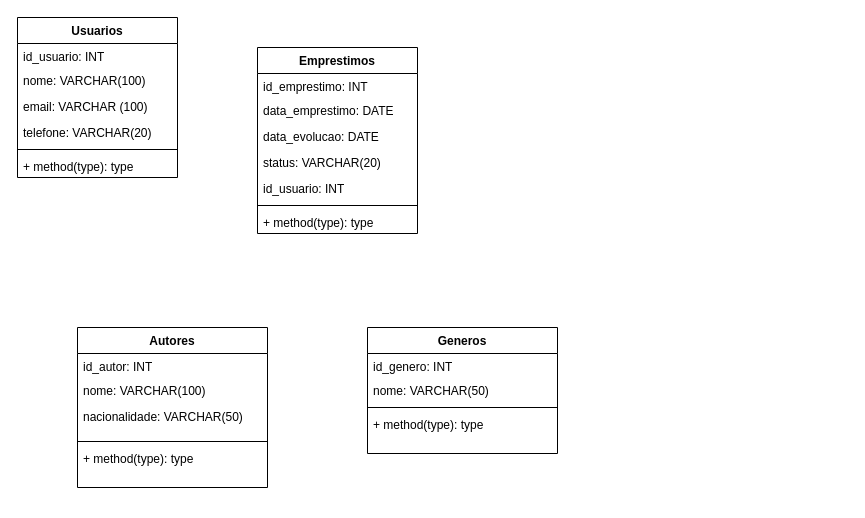
beatrizcairesdf-cloud/biblioteca_Lab keeps this draw.io diagram as biblioteca.drawio. Above is the earlier version. Source tidied: cells renumbered, new cells numbered last; positions are measured from the earlier drawing's top-left corner, leaving out a move shared by most shapes. Both pictures are drawn from the tidied source at 100%, with x=0, y=0 at pixel (17, 17).
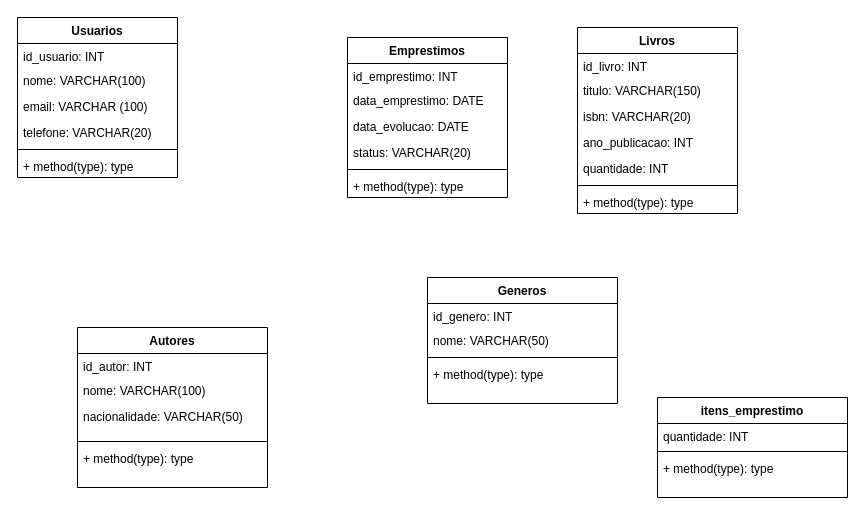
The same page after the edit.

What changed in the source:
```diff
@@
     <mxCell id="15" value="Generos" style="swimlane;fontStyle=1;align=center;verticalAlign=top;horizontal=1;startSize=26;whiteSpace=wrap;html=1;" parent="1" vertex="1">
-      <mxGeometry x="350" y="310" width="190" height="126" as="geometry" />
+      <mxGeometry x="410" y="260" width="190" height="126" as="geometry" />
     </mxCell>
@@
     <mxCell id="20" value="Emprestimos" style="swimlane;fontStyle=1;align=center;verticalAlign=top;horizontal=1;startSize=26;whiteSpace=wrap;html=1;" parent="1" vertex="1">
-      <mxGeometry x="240" y="30" width="160" height="186" as="geometry" />
+      <mxGeometry x="330" y="20" width="160" height="160" as="geometry" />
     </mxCell>
@@
-    <mxCell id="25" value="id_usuario: INT" style="text;strokeColor=none;fillColor=none;align=left;verticalAlign=top;spacingLeft=4;spacingRight=4;overflow=hidden;whiteSpace=wrap;html=1;" parent="20" vertex="1">
-      <mxGeometry y="128" width="160" height="26" as="geometry" />
-    </mxCell>
     <mxCell id="26" style="line;strokeWidth=1;fillColor=none;align=left;verticalAlign=middle;spacingTop=-1;spacingLeft=3;spacingRight=3;labelPosition=right;strokeColor=inherit;" parent="20" vertex="1">
-      <mxGeometry y="154" width="160" height="8" as="geometry" />
+      <mxGeometry y="128" width="160" height="8" as="geometry" />
     </mxCell>
     <mxCell id="27" value="+ method(type): type" style="text;strokeColor=none;fillColor=none;align=left;verticalAlign=top;spacingLeft=4;spacingRight=4;overflow=hidden;whiteSpace=wrap;html=1;" parent="20" vertex="1">
-      <mxGeometry y="162" width="160" height="24" as="geometry" />
+      <mxGeometry y="136" width="160" height="24" as="geometry" />
     </mxCell>
+    <mxCell id="28" value="Livros" style="swimlane;fontStyle=1;align=center;verticalAlign=top;horizontal=1;startSize=26;whiteSpace=wrap;html=1;" parent="1" vertex="1">
+      <mxGeometry x="560" y="10" width="160" height="186" as="geometry" />
+    </mxCell>
+    <mxCell id="29" value="id_livro: INT&lt;div&gt;&lt;div&gt;&lt;br&gt;&lt;/div&gt;&lt;/div&gt;" style="text;strokeColor=none;fillColor=none;align=left;verticalAlign=top;spacingLeft=4;spacingRight=4;overflow=hidden;whiteSpace=wrap;html=1;" parent="28" vertex="1">
+      <mxGeometry y="26" width="160" height="24" as="geometry" />
+    </mxCell>
+    <mxCell id="30" value="titulo: VARCHAR(150)" style="text;strokeColor=none;fillColor=none;align=left;verticalAlign=top;spacingLeft=4;spacingRight=4;overflow=hidden;whiteSpace=wrap;html=1;" parent="28" vertex="1">
+      <mxGeometry y="50" width="160" height="26" as="geometry" />
+    </mxCell>
+    <mxCell id="31" value="isbn: VARCHAR(20)" style="text;strokeColor=none;fillColor=none;align=left;verticalAlign=top;spacingLeft=4;spacingRight=4;overflow=hidden;whiteSpace=wrap;html=1;" parent="28" vertex="1">
+      <mxGeometry y="76" width="160" height="26" as="geometry" />
+    </mxCell>
+    <mxCell id="32" value="ano_publicacao: INT" style="text;strokeColor=none;fillColor=none;align=left;verticalAlign=top;spacingLeft=4;spacingRight=4;overflow=hidden;whiteSpace=wrap;html=1;" parent="28" vertex="1">
+      <mxGeometry y="102" width="160" height="26" as="geometry" />
+    </mxCell>
+    <mxCell id="33" value="quantidade: INT" style="text;strokeColor=none;fillColor=none;align=left;verticalAlign=top;spacingLeft=4;spacingRight=4;overflow=hidden;whiteSpace=wrap;html=1;" parent="28" vertex="1">
+      <mxGeometry y="128" width="160" height="26" as="geometry" />
+    </mxCell>
+    <mxCell id="34" style="line;strokeWidth=1;fillColor=none;align=left;verticalAlign=middle;spacingTop=-1;spacingLeft=3;spacingRight=3;labelPosition=right;strokeColor=inherit;" parent="28" vertex="1">
+      <mxGeometry y="154" width="160" height="8" as="geometry" />
+    </mxCell>
+    <mxCell id="35" value="+ method(type): type" style="text;strokeColor=none;fillColor=none;align=left;verticalAlign=top;spacingLeft=4;spacingRight=4;overflow=hidden;whiteSpace=wrap;html=1;" parent="28" vertex="1">
+      <mxGeometry y="162" width="160" height="24" as="geometry" />
+    </mxCell>
+    <mxCell id="36" value="itens_emprestimo" style="swimlane;fontStyle=1;align=center;verticalAlign=top;horizontal=1;startSize=26;whiteSpace=wrap;html=1;" parent="1" vertex="1">
+      <mxGeometry x="640" y="380" width="190" height="100" as="geometry" />
+    </mxCell>
+    <mxCell id="37" value="quantidade: INT&lt;div&gt;&lt;div&gt;&lt;br&gt;&lt;/div&gt;&lt;/div&gt;" style="text;strokeColor=none;fillColor=none;align=left;verticalAlign=top;spacingLeft=4;spacingRight=4;overflow=hidden;whiteSpace=wrap;html=1;" parent="36" vertex="1">
+      <mxGeometry y="26" width="190" height="24" as="geometry" />
+    </mxCell>
+    <mxCell id="38" style="line;strokeWidth=1;fillColor=none;align=left;verticalAlign=middle;spacingTop=-1;spacingLeft=3;spacingRight=3;labelPosition=right;strokeColor=inherit;" parent="36" vertex="1">
+      <mxGeometry y="50" width="190" height="8" as="geometry" />
+    </mxCell>
+    <mxCell id="39" value="+ method(type): type" style="text;strokeColor=none;fillColor=none;align=left;verticalAlign=top;spacingLeft=4;spacingRight=4;overflow=hidden;whiteSpace=wrap;html=1;" parent="36" vertex="1">
+      <mxGeometry y="58" width="190" height="42" as="geometry" />
+    </mxCell>
```
